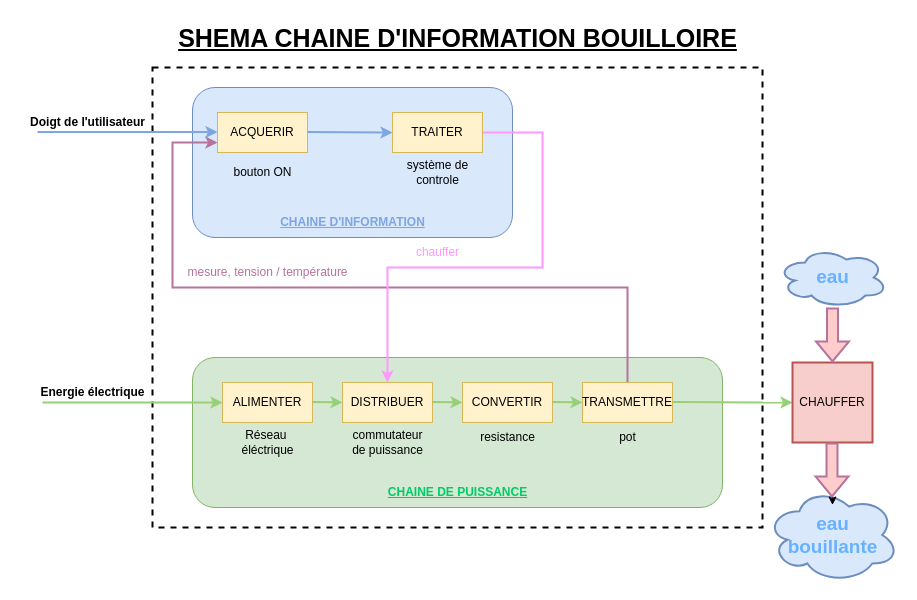
Before: Doc/AF/AFE/boilloire shema.drawio in Caillou19/Classeur-SI, a draw.io diagram. Source tidied: cells renumbered, new cells numbered last; positions are measured from the earlier drawing's top-left corner, leaving out a move shared by most shapes. Both pictures are drawn from the tidied source at 100%, with x=0, y=0 at pixel (17, 17).
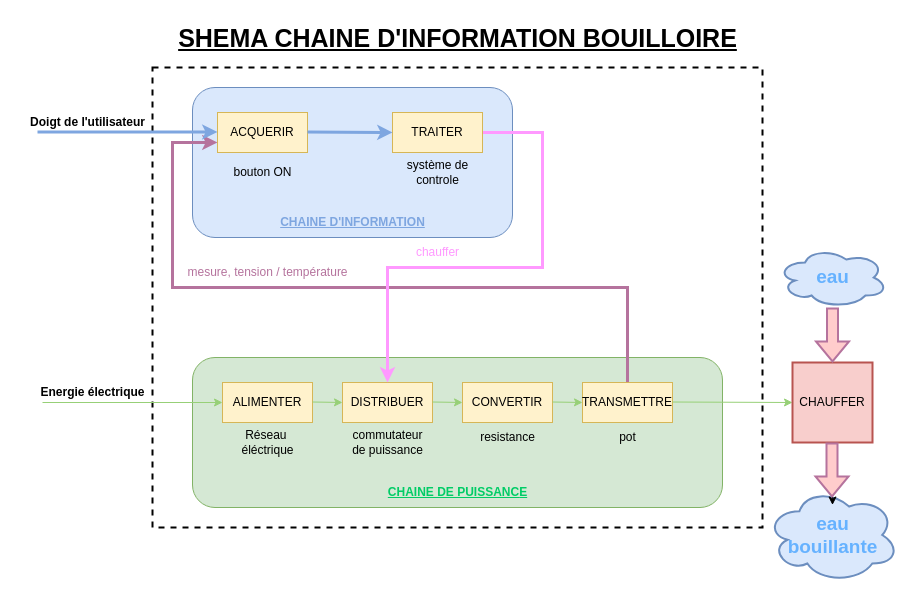
After the change.

Commit message:
Mettre à jour boilloire shema.drawio

Unchanged cells that the change refers to:
```xml
<mxCell id="8" value="ALIMENTER" style="rounded=0;whiteSpace=wrap;html=1;fillColor=#fff2cc;strokeColor=#d6b656;" parent="1" vertex="1">
  <mxGeometry x="205" y="365" width="90" height="40" as="geometry" />
</mxCell>
<mxCell id="9" value="DISTRIBUER" style="rounded=0;whiteSpace=wrap;html=1;fillColor=#fff2cc;strokeColor=#d6b656;" parent="1" vertex="1">
  <mxGeometry x="325" y="365" width="90" height="40" as="geometry" />
</mxCell>
<mxCell id="12" value="TRANSMETTRE" style="rounded=0;whiteSpace=wrap;html=1;fillColor=#fff2cc;strokeColor=#d6b656;" parent="1" vertex="1">
  <mxGeometry x="565" y="365" width="90" height="40" as="geometry" />
</mxCell>
<mxCell id="26" value="ACQUERIR" style="rounded=0;whiteSpace=wrap;html=1;fillColor=#fff2cc;strokeColor=#d6b656;" parent="1" vertex="1">
  <mxGeometry x="200" y="95" width="90" height="40" as="geometry" />
</mxCell>
<mxCell id="28" value="TRAITER" style="rounded=0;whiteSpace=wrap;html=1;fillColor=#fff2cc;strokeColor=#d6b656;" parent="1" vertex="1">
  <mxGeometry x="375" y="95" width="90" height="40" as="geometry" />
</mxCell>
```

The edit, as a diff of the source:
```diff
@@
-    <mxCell id="7" style="endArrow=classic;html=1;rounded=0;strokeWidth=2;strokeColor=#97D077;entryX=0;entryY=0.5;entryDx=0;entryDy=0;" parent="1" edge="1" target="8">
+    <mxCell id="7" style="endArrow=classic;html=1;rounded=0;strokeWidth=1;strokeColor=#97D077;entryX=0;entryY=0.5;entryDx=0;entryDy=0;" parent="1" edge="1" target="8">
       <mxGeometry relative="1" as="geometry">
         <mxPoint x="25" y="385" as="sourcePoint" />
       </mxGeometry>
     </mxCell>
@@
-    <mxCell id="11" style="edgeStyle=orthogonalEdgeStyle;rounded=0;jettySize=auto;html=1;exitX=0.5;exitY=0;exitDx=0;exitDy=0;entryX=0;entryY=0.75;entryDx=0;entryDy=0;strokeWidth=2;strokeColor=#B5739D;" parent="1" edge="1" source="12" target="26">
+    <mxCell id="11" style="edgeStyle=orthogonalEdgeStyle;rounded=0;jettySize=auto;html=1;exitX=0.5;exitY=0;exitDx=0;exitDy=0;entryX=0;entryY=0.75;entryDx=0;entryDy=0;strokeWidth=3;strokeColor=#B5739D;" parent="1" edge="1" source="12" target="26">
       <mxGeometry relative="1" as="geometry">
         <Array as="points">
           <mxPoint x="610" y="270" />
           <mxPoint x="155" y="270" />
           <mxPoint x="155" y="125" />
         </Array>
       </mxGeometry>
     </mxCell>
@@
-    <mxCell id="13" style="endArrow=classic;html=1;rounded=0;strokeWidth=2;strokeColor=#97D077;entryX=0;entryY=0.5;entryDx=0;entryDy=0;" parent="1" edge="1" target="9">
+    <mxCell id="13" style="endArrow=classic;html=1;rounded=0;strokeWidth=1;strokeColor=#97D077;entryX=0;entryY=0.5;entryDx=0;entryDy=0;" parent="1" edge="1" target="9">
       <mxGeometry relative="1" as="geometry">
         <mxPoint x="295" y="384.5" as="sourcePoint" />
       </mxGeometry>
     </mxCell>
-    <mxCell id="14" style="endArrow=classic;html=1;rounded=0;strokeWidth=2;strokeColor=#97D077;entryX=0;entryY=0.5;entryDx=0;entryDy=0;" parent="1" edge="1">
+    <mxCell id="14" style="endArrow=classic;html=1;rounded=0;strokeWidth=1;strokeColor=#97D077;entryX=0;entryY=0.5;entryDx=0;entryDy=0;" parent="1" edge="1">
       <mxGeometry relative="1" as="geometry">
         <mxPoint x="415" y="384.5" as="sourcePoint" />
         <mxPoint x="445" y="385" as="targetPoint" />
       </mxGeometry>
     </mxCell>
-    <mxCell id="15" style="endArrow=classic;html=1;rounded=0;strokeWidth=2;strokeColor=#97D077;entryX=0;entryY=0.5;entryDx=0;entryDy=0;" parent="1" edge="1">
+    <mxCell id="15" style="endArrow=classic;html=1;rounded=0;strokeWidth=1;strokeColor=#97D077;entryX=0;entryY=0.5;entryDx=0;entryDy=0;" parent="1" edge="1">
       <mxGeometry relative="1" as="geometry">
         <mxPoint x="535" y="384.5" as="sourcePoint" />
         <mxPoint x="565" y="385" as="targetPoint" />
       </mxGeometry>
     </mxCell>
-    <mxCell id="16" style="endArrow=classic;html=1;rounded=0;strokeWidth=2;strokeColor=#97D077;" parent="1" edge="1">
+    <mxCell id="16" style="endArrow=classic;html=1;rounded=0;strokeWidth=1;strokeColor=#97D077;" parent="1" edge="1">
       <mxGeometry relative="1" as="geometry">
         <mxPoint x="655" y="384.5" as="sourcePoint" />
         <mxPoint x="775" y="385" as="targetPoint" />
       </mxGeometry>
     </mxCell>
@@
-    <mxCell id="27" style="edgeStyle=orthogonalEdgeStyle;rounded=0;jettySize=auto;html=1;exitX=1;exitY=0.5;exitDx=0;exitDy=0;entryX=0.5;entryY=0;entryDx=0;entryDy=0;strokeWidth=2;strokeColor=#FF99FF;" parent="1" edge="1" source="28" target="9">
+    <mxCell id="27" style="edgeStyle=orthogonalEdgeStyle;rounded=0;jettySize=auto;html=1;exitX=1;exitY=0.5;exitDx=0;exitDy=0;entryX=0.5;entryY=0;entryDx=0;entryDy=0;strokeWidth=3;strokeColor=#FF99FF;" parent="1" edge="1" source="28" target="9">
       <mxGeometry relative="1" as="geometry">
         <Array as="points">
           <mxPoint x="525" y="115" />
           <mxPoint x="525" y="250" />
           <mxPoint x="370" y="250" />
         </Array>
       </mxGeometry>
     </mxCell>
@@
-    <mxCell id="29" style="endArrow=classic;html=1;rounded=0;strokeWidth=2;strokeColor=#7EA6E0;entryX=0;entryY=0.5;entryDx=0;entryDy=0;" parent="1" edge="1">
+    <mxCell id="29" style="endArrow=classic;html=1;rounded=0;strokeWidth=3;strokeColor=#7EA6E0;entryX=0;entryY=0.5;entryDx=0;entryDy=0;" parent="1" edge="1">
       <mxGeometry relative="1" as="geometry">
         <mxPoint x="20" y="114.5" as="sourcePoint" />
         <mxPoint x="200" y="114.5" as="targetPoint" />
       </mxGeometry>
     </mxCell>
-    <mxCell id="30" style="endArrow=classic;html=1;rounded=0;strokeWidth=2;strokeColor=#7EA6E0;entryX=0;entryY=0.5;entryDx=0;entryDy=0;" parent="1" edge="1" target="28">
+    <mxCell id="30" style="endArrow=classic;html=1;rounded=0;strokeWidth=3;strokeColor=#7EA6E0;entryX=0;entryY=0.5;entryDx=0;entryDy=0;" parent="1" edge="1" target="28">
       <mxGeometry relative="1" as="geometry">
         <mxPoint x="290" y="114.5" as="sourcePoint" />
       </mxGeometry>
     </mxCell>
```
